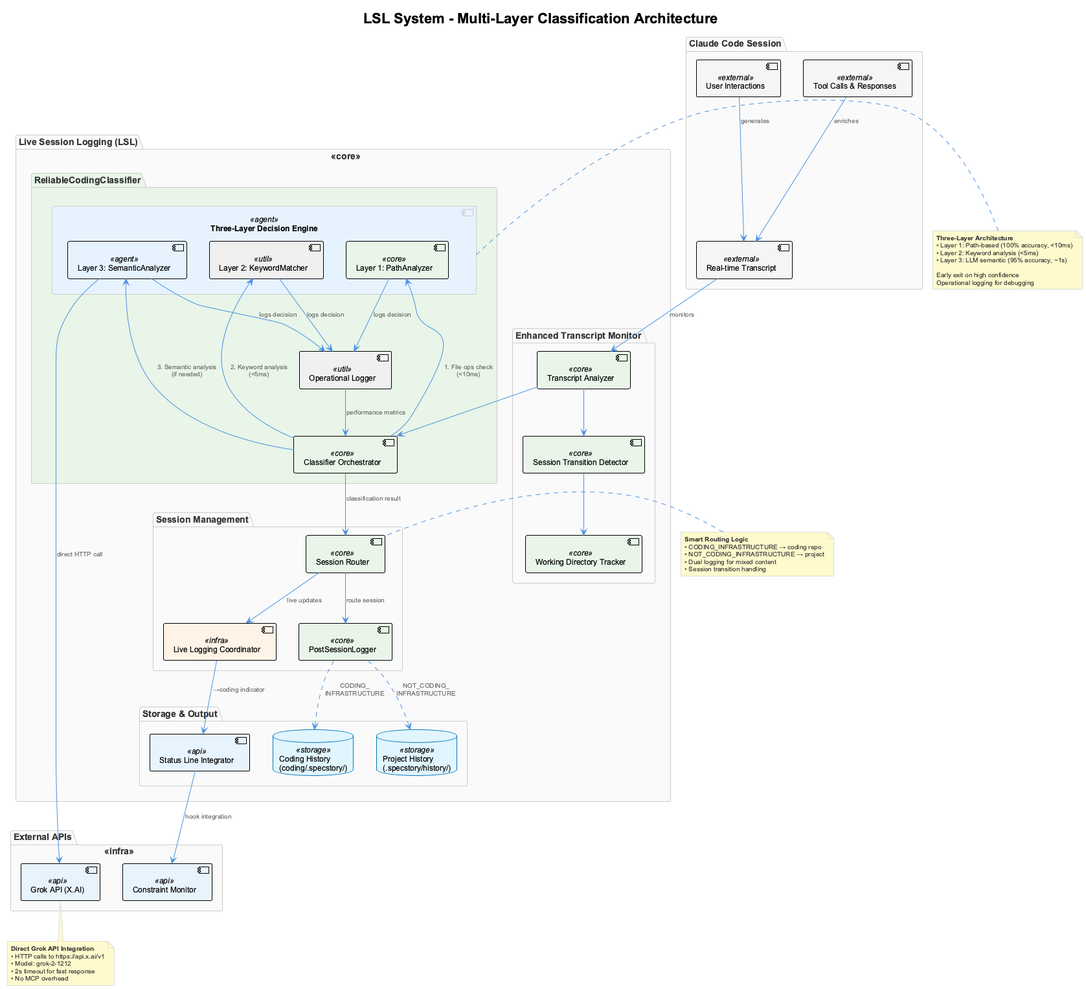
Above: docs/images/lsl-architecture.png in davidraehles/agentic-coding-framework (PlantUML), before the change.
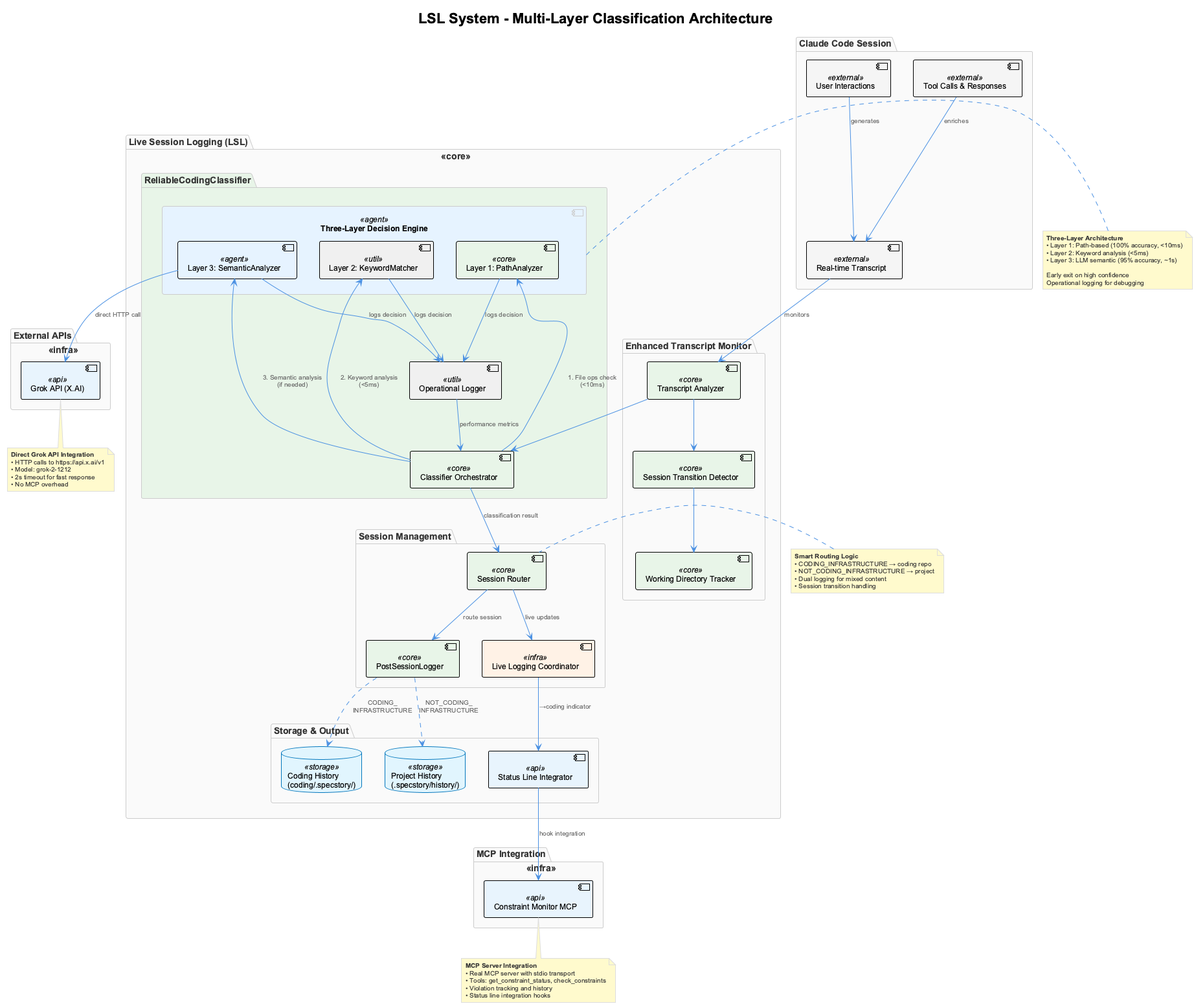
The same diagram one commit later.

What changed in the source:
```diff
@@ -42,7 +42,10 @@
 
 package "External APIs" <<infra>> {
   [Grok API (X.AI)] as GrokAPI <<api>>
-  [Constraint Monitor] as ConstraintMCP <<api>>
+}
+
+package "MCP Integration" <<infra>> {
+  [Constraint Monitor MCP] as ConstraintMCP <<api>>
 }
 
 User --> Transcript : generates
@@ -93,6 +96,14 @@
   • No MCP overhead
 end note
 
+note bottom of ConstraintMCP
+  **MCP Server Integration**
+  • Real MCP server with stdio transport
+  • Tools: get_constraint_status, check_constraints
+  • Violation tracking and history
+  • Status line integration hooks
+end note
+
 note left of Router
   **Smart Routing Logic**
   • CODING_INFRASTRUCTURE → coding repo
```
